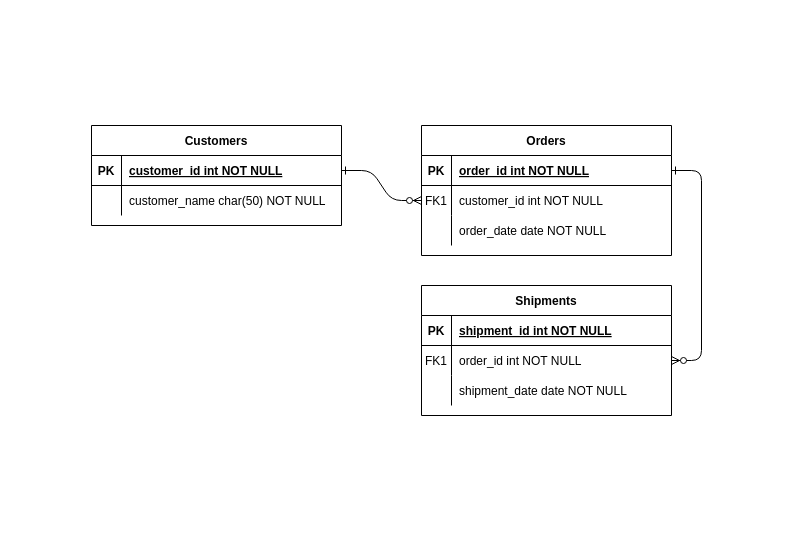
cole03k/IST-210 keeps this draw.io diagram as Untitled Diagram.drawio. Above is the earlier version. Source tidied: cells renumbered, new cells numbered last; positions are measured from the earlier drawing's top-left corner, leaving out a move shared by most shapes. Both pictures are drawn from the tidied source at 100%, with x=0, y=0 at pixel (91, 125).
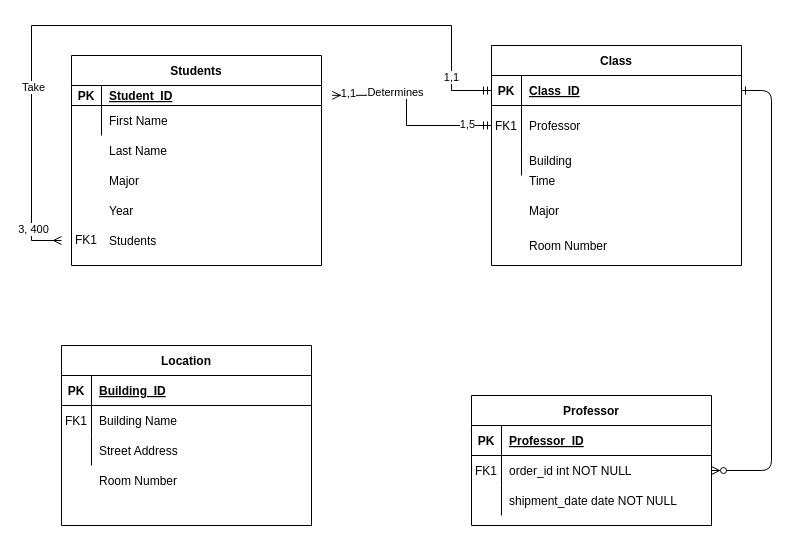
The same page after the edit.

The change refers to these unchanged cells:
```xml
<mxCell id="5" style="shape=partialRectangle;fillColor=none;points=[[0,0.5],[1,0.5]];portConstraint=eastwest;top=0;left=0;right=0;bottom=1;" parent="4" vertex="1">
  <mxGeometry y="30" width="250" height="30" as="geometry" />
</mxCell>
```

Change to the diagram source:
```diff
@@
-    <mxCell id="2" style="edgeStyle=entityRelationEdgeStyle;endArrow=ERzeroToMany;startArrow=ERone;endFill=1;startFill=0;" parent="1" edge="1" source="25" target="8">
-      <mxGeometry relative="1" as="geometry" />
-    </mxCell>
@@
+    <mxCell id="31" value="Location" style="shape=table;startSize=30;childLayout=tableLayout;rowLines=0;fontStyle=1;align=center;" parent="1" vertex="1">
+      <mxGeometry x="-30" y="220" width="250" height="180" as="geometry" />
+    </mxCell>
+    <mxCell id="32" style="shape=partialRectangle;fillColor=none;top=0;left=0;right=0;bottom=1;" parent="31" vertex="1">
+      <mxGeometry y="30" width="250" height="30" as="geometry" />
+    </mxCell>
+    <mxCell id="33" value="PK" style="shape=partialRectangle;overflow=hidden;fillColor=none;top=0;left=0;bottom=0;right=0;fontStyle=1;" parent="32" vertex="1">
+      <mxGeometry width="30" height="30" as="geometry" />
+    </mxCell>
+    <mxCell id="34" value="Building_ID" style="shape=partialRectangle;overflow=hidden;fillColor=none;top=0;left=0;bottom=0;right=0;align=left;spacingLeft=6;fontStyle=5;" parent="32" vertex="1">
+      <mxGeometry x="30" width="220" height="30" as="geometry" />
+    </mxCell>
+    <mxCell id="35" style="shape=partialRectangle;fillColor=none;top=0;left=0;right=0;bottom=0;" parent="31" vertex="1">
+      <mxGeometry y="60" width="250" height="30" as="geometry" />
+    </mxCell>
+    <mxCell id="36" value="FK1" style="shape=partialRectangle;overflow=hidden;fillColor=none;top=0;left=0;bottom=0;right=0;" parent="35" vertex="1">
+      <mxGeometry width="30" height="30" as="geometry" />
+    </mxCell>
+    <mxCell id="37" value="Building Name" style="shape=partialRectangle;overflow=hidden;fillColor=none;top=0;left=0;bottom=0;right=0;align=left;spacingLeft=6;" parent="35" vertex="1">
+      <mxGeometry x="30" width="220" height="30" as="geometry" />
+    </mxCell>
+    <mxCell id="38" style="shape=partialRectangle;fillColor=none;top=0;left=0;right=0;bottom=0;" parent="31" vertex="1">
+      <mxGeometry y="90" width="250" height="30" as="geometry" />
+    </mxCell>
+    <mxCell id="39" style="shape=partialRectangle;overflow=hidden;fillColor=none;top=0;left=0;bottom=0;right=0;" parent="38" vertex="1">
+      <mxGeometry width="30" height="30" as="geometry" />
+    </mxCell>
+    <mxCell id="40" value="Street Address" style="shape=partialRectangle;overflow=hidden;fillColor=none;top=0;left=0;bottom=0;right=0;align=left;spacingLeft=6;" parent="38" vertex="1">
+      <mxGeometry x="30" width="220" height="30" as="geometry" />
+    </mxCell>
-    <mxCell id="4" value="Orders" style="shape=table;startSize=30;childLayout=tableLayout;rowLines=0;fontStyle=1;align=center;" parent="1" vertex="1">
-      <mxGeometry x="330" width="250" height="130" as="geometry" />
+    <mxCell id="4" value="Class" style="shape=table;startSize=30;childLayout=tableLayout;rowLines=0;fontStyle=1;align=center;" parent="1" vertex="1">
+      <mxGeometry x="400" y="-80" width="250" height="220" as="geometry" />
     </mxCell>
@@
-    <mxCell id="7" value="order_id int NOT NULL " style="shape=partialRectangle;overflow=hidden;fillColor=none;top=0;left=0;bottom=0;right=0;align=left;spacingLeft=6;fontStyle=5;" parent="5" vertex="1">
+    <mxCell id="7" value="Class_ID" style="shape=partialRectangle;overflow=hidden;fillColor=none;top=0;left=0;bottom=0;right=0;align=left;spacingLeft=6;fontStyle=5;" parent="5" vertex="1">
       <mxGeometry x="30" width="220" height="30" as="geometry" />
     </mxCell>
     <mxCell id="8" style="shape=partialRectangle;fillColor=none;points=[[0,0.5],[1,0.5]];portConstraint=eastwest;top=0;left=0;right=0;bottom=0;" parent="4" vertex="1">
-      <mxGeometry y="60" width="250" height="30" as="geometry" />
+      <mxGeometry y="60" width="250" height="40" as="geometry" />
     </mxCell>
     <mxCell id="9" value="FK1" style="shape=partialRectangle;overflow=hidden;fillColor=none;top=0;left=0;bottom=0;right=0;" parent="8" vertex="1">
-      <mxGeometry width="30" height="30" as="geometry" />
+      <mxGeometry width="30" height="40" as="geometry" />
     </mxCell>
-    <mxCell id="10" value="customer_id int NOT NULL" style="shape=partialRectangle;overflow=hidden;fillColor=none;top=0;left=0;bottom=0;right=0;align=left;spacingLeft=6;" parent="8" vertex="1">
-      <mxGeometry x="30" width="220" height="30" as="geometry" />
+    <mxCell id="10" value="Professor" style="shape=partialRectangle;overflow=hidden;fillColor=none;top=0;left=0;bottom=0;right=0;align=left;spacingLeft=6;" parent="8" vertex="1">
+      <mxGeometry x="30" width="220" height="40" as="geometry" />
     </mxCell>
     <mxCell id="11" style="shape=partialRectangle;fillColor=none;top=0;left=0;right=0;bottom=0;" parent="4" vertex="1">
-      <mxGeometry y="90" width="250" height="30" as="geometry" />
+      <mxGeometry y="100" width="250" height="30" as="geometry" />
     </mxCell>
@@
-    <mxCell id="13" value="order_date date NOT NULL" style="shape=partialRectangle;overflow=hidden;fillColor=none;top=0;left=0;bottom=0;right=0;align=left;spacingLeft=6;" parent="11" vertex="1">
+    <mxCell id="13" value="Building" style="shape=partialRectangle;overflow=hidden;fillColor=none;top=0;left=0;bottom=0;right=0;align=left;spacingLeft=6;" parent="11" vertex="1">
       <mxGeometry x="30" width="220" height="30" as="geometry" />
     </mxCell>
+    <mxCell id="24" value="Students" style="shape=table;startSize=30;childLayout=tableLayout;rowLines=0;fontStyle=1;align=center;" parent="1" vertex="1">
+      <mxGeometry x="-20" y="-70" width="250" height="210" as="geometry" />
+    </mxCell>
+    <mxCell id="25" style="shape=partialRectangle;fillColor=none;points=[[0,0.5],[1,0.5]];portConstraint=eastwest;top=0;left=0;right=0;bottom=1;" parent="24" vertex="1">
+      <mxGeometry y="30" width="250" height="20" as="geometry" />
+    </mxCell>
+    <mxCell id="26" value="PK" style="shape=partialRectangle;overflow=hidden;fillColor=none;top=0;left=0;bottom=0;right=0;fontStyle=1;" parent="25" vertex="1">
+      <mxGeometry width="30" height="20" as="geometry" />
+    </mxCell>
+    <mxCell id="27" value="Student_ID" style="shape=partialRectangle;overflow=hidden;fillColor=none;top=0;left=0;bottom=0;right=0;align=left;spacingLeft=6;fontStyle=5;" parent="25" vertex="1">
+      <mxGeometry x="30" width="220" height="20" as="geometry" />
+    </mxCell>
+    <mxCell id="28" style="shape=partialRectangle;fillColor=none;points=[[0,0.5],[1,0.5]];portConstraint=eastwest;top=0;left=0;right=0;bottom=0;" parent="24" vertex="1">
+      <mxGeometry y="50" width="250" height="30" as="geometry" />
+    </mxCell>
+    <mxCell id="29" style="shape=partialRectangle;overflow=hidden;fillColor=none;top=0;left=0;bottom=0;right=0;" parent="28" vertex="1">
+      <mxGeometry width="30" height="30" as="geometry" />
+    </mxCell>
+    <mxCell id="30" value="First Name" style="shape=partialRectangle;overflow=hidden;fillColor=none;top=0;left=0;bottom=0;right=0;align=left;spacingLeft=6;" parent="28" vertex="1">
+      <mxGeometry x="30" width="220" height="30" as="geometry" />
+    </mxCell>
-    <mxCell id="14" value="Shipments" style="shape=table;startSize=30;childLayout=tableLayout;rowLines=0;fontStyle=1;align=center;" parent="1" vertex="1">
-      <mxGeometry x="330" y="160" width="250" height="130" as="geometry" />
+    <mxCell id="14" value="Professor" style="shape=table;startSize=30;childLayout=tableLayout;rowLines=0;fontStyle=1;align=center;" parent="1" vertex="1">
+      <mxGeometry x="380" y="270" width="240" height="130" as="geometry" />
     </mxCell>
     <mxCell id="15" style="shape=partialRectangle;fillColor=none;top=0;left=0;right=0;bottom=1;" parent="14" vertex="1">
-      <mxGeometry y="30" width="250" height="30" as="geometry" />
+      <mxGeometry y="30" width="240" height="30" as="geometry" />
     </mxCell>
@@
-    <mxCell id="17" value="shipment_id int NOT NULL " style="shape=partialRectangle;overflow=hidden;fillColor=none;top=0;left=0;bottom=0;right=0;align=left;spacingLeft=6;fontStyle=5;" parent="15" vertex="1">
-      <mxGeometry x="30" width="220" height="30" as="geometry" />
+    <mxCell id="17" value="Professor_ID" style="shape=partialRectangle;overflow=hidden;fillColor=none;top=0;left=0;bottom=0;right=0;align=left;spacingLeft=6;fontStyle=5;" parent="15" vertex="1">
+      <mxGeometry x="30" width="210" height="30" as="geometry" />
     </mxCell>
     <mxCell id="18" style="shape=partialRectangle;fillColor=none;points=[[0,0.5],[1,0.5]];portConstraint=eastwest;top=0;left=0;right=0;bottom=0;" parent="14" vertex="1">
-      <mxGeometry y="60" width="250" height="30" as="geometry" />
+      <mxGeometry y="60" width="240" height="30" as="geometry" />
     </mxCell>
@@
     <mxCell id="20" value="order_id int NOT NULL" style="shape=partialRectangle;overflow=hidden;fillColor=none;top=0;left=0;bottom=0;right=0;align=left;spacingLeft=6;" parent="18" vertex="1">
-      <mxGeometry x="30" width="220" height="30" as="geometry" />
+      <mxGeometry x="30" width="210" height="30" as="geometry" />
     </mxCell>
     <mxCell id="21" style="shape=partialRectangle;fillColor=none;top=0;left=0;right=0;bottom=0;" parent="14" vertex="1">
-      <mxGeometry y="90" width="250" height="30" as="geometry" />
+      <mxGeometry y="90" width="240" height="30" as="geometry" />
     </mxCell>
@@
     <mxCell id="23" value="shipment_date date NOT NULL" style="shape=partialRectangle;overflow=hidden;fillColor=none;top=0;left=0;bottom=0;right=0;align=left;spacingLeft=6;" parent="21" vertex="1">
-      <mxGeometry x="30" width="220" height="30" as="geometry" />
+      <mxGeometry x="30" width="210" height="30" as="geometry" />
     </mxCell>
-    <mxCell id="24" value="Customers" style="shape=table;startSize=30;childLayout=tableLayout;rowLines=0;fontStyle=1;align=center;" parent="1" vertex="1">
-      <mxGeometry width="250" height="100" as="geometry" />
-    </mxCell>
-    <mxCell id="25" style="shape=partialRectangle;fillColor=none;points=[[0,0.5],[1,0.5]];portConstraint=eastwest;top=0;left=0;right=0;bottom=1;" parent="24" vertex="1">
-      <mxGeometry y="30" width="250" height="30" as="geometry" />
-    </mxCell>
-    <mxCell id="26" value="PK" style="shape=partialRectangle;overflow=hidden;fillColor=none;top=0;left=0;bottom=0;right=0;fontStyle=1;" parent="25" vertex="1">
-      <mxGeometry width="30" height="30" as="geometry" />
-    </mxCell>
-    <mxCell id="27" value="customer_id int NOT NULL " style="shape=partialRectangle;overflow=hidden;fillColor=none;top=0;left=0;bottom=0;right=0;align=left;spacingLeft=6;fontStyle=5;" parent="25" vertex="1">
-      <mxGeometry x="30" width="220" height="30" as="geometry" />
-    </mxCell>
-    <mxCell id="28" style="shape=partialRectangle;fillColor=none;points=[[0,0.5],[1,0.5]];portConstraint=eastwest;top=0;left=0;right=0;bottom=0;" parent="24" vertex="1">
-      <mxGeometry y="60" width="250" height="30" as="geometry" />
-    </mxCell>
-    <mxCell id="29" style="shape=partialRectangle;overflow=hidden;fillColor=none;top=0;left=0;bottom=0;right=0;" parent="28" vertex="1">
-      <mxGeometry width="30" height="30" as="geometry" />
-    </mxCell>
-    <mxCell id="30" value="customer_name char(50) NOT NULL" style="shape=partialRectangle;overflow=hidden;fillColor=none;top=0;left=0;bottom=0;right=0;align=left;spacingLeft=6;" parent="28" vertex="1">
-      <mxGeometry x="30" width="220" height="30" as="geometry" />
-    </mxCell>
+    <mxCell id="41" value="Last Name" style="shape=partialRectangle;overflow=hidden;fillColor=none;top=0;left=0;bottom=0;right=0;align=left;spacingLeft=6;" parent="1" vertex="1">
+      <mxGeometry x="10" y="10" width="220" height="30" as="geometry" />
+    </mxCell>
+    <mxCell id="42" value="Major" style="shape=partialRectangle;overflow=hidden;fillColor=none;top=0;left=0;bottom=0;right=0;align=left;spacingLeft=6;" parent="1" vertex="1">
+      <mxGeometry x="10" y="40" width="220" height="30" as="geometry" />
+    </mxCell>
+    <mxCell id="43" value="Year" style="shape=partialRectangle;overflow=hidden;fillColor=none;top=0;left=0;bottom=0;right=0;align=left;spacingLeft=6;" parent="1" vertex="1">
+      <mxGeometry x="10" y="70" width="220" height="30" as="geometry" />
+    </mxCell>
+    <mxCell id="44" value="Room Number" style="shape=partialRectangle;overflow=hidden;fillColor=none;top=0;left=0;bottom=0;right=0;align=left;spacingLeft=6;" parent="1" vertex="1">
+      <mxGeometry y="340" width="220" height="30" as="geometry" />
+    </mxCell>
+    <mxCell id="45" value="Time" style="shape=partialRectangle;overflow=hidden;fillColor=none;top=0;left=0;bottom=0;right=0;align=left;spacingLeft=6;" parent="1" vertex="1">
+      <mxGeometry x="430" y="40" width="220" height="30" as="geometry" />
+    </mxCell>
+    <mxCell id="46" value="Major" style="shape=partialRectangle;overflow=hidden;fillColor=none;top=0;left=0;bottom=0;right=0;align=left;spacingLeft=6;" parent="1" vertex="1">
+      <mxGeometry x="430" y="70" width="220" height="30" as="geometry" />
+    </mxCell>
+    <mxCell id="47" value="Students" style="shape=partialRectangle;overflow=hidden;fillColor=none;top=0;left=0;bottom=0;right=0;align=left;spacingLeft=6;" parent="1" vertex="1">
+      <mxGeometry x="10" y="100" width="220" height="30" as="geometry" />
+    </mxCell>
+    <mxCell id="48" style="edgeStyle=orthogonalEdgeStyle;rounded=0;jettySize=auto;html=1;entryX=0;entryY=0.5;entryDx=0;entryDy=0;startArrow=ERmany;startFill=0;endArrow=ERmandOne;endFill=0;" parent="1" edge="1" source="52" target="5">
+      <mxGeometry relative="1" as="geometry">
+        <Array as="points">
+          <mxPoint x="-60" y="115" />
+          <mxPoint x="-60" y="-100" />
+          <mxPoint x="360" y="-100" />
+          <mxPoint x="360" y="-35" />
+        </Array>
+      </mxGeometry>
+    </mxCell>
+    <mxCell id="49" value="3, 400" style="edgeLabel;html=1;align=center;verticalAlign=middle;" parent="48" vertex="1">
+      <mxGeometry x="-0.92" y="-11" relative="1" as="geometry">
+        <mxPoint x="-10" y="-11" as="offset" />
+      </mxGeometry>
+    </mxCell>
+    <mxCell id="50" value="Take" style="edgeLabel;html=1;align=center;verticalAlign=middle;" parent="48" vertex="1">
+      <mxGeometry x="-0.52" y="-1" relative="1" as="geometry">
+        <mxPoint y="1" as="offset" />
+      </mxGeometry>
+    </mxCell>
+    <mxCell id="51" value="1,1" style="edgeLabel;html=1;align=center;verticalAlign=middle;" parent="48" vertex="1">
+      <mxGeometry x="0.86" y="-1" relative="1" as="geometry" />
+    </mxCell>
+    <mxCell id="52" value="FK1" style="text;html=1;strokeColor=none;fillColor=none;align=center;verticalAlign=middle;whiteSpace=wrap;rounded=0;" parent="1" vertex="1">
+      <mxGeometry x="-30" y="105" width="50" height="20" as="geometry" />
+    </mxCell>
+    <mxCell id="53" style="edgeStyle=orthogonalEdgeStyle;rounded=0;jettySize=auto;html=1;entryX=1.043;entryY=-0.339;entryDx=0;entryDy=0;entryPerimeter=0;startArrow=ERmandOne;startFill=0;endArrow=ERmany;endFill=0;" parent="1" edge="1" source="8" target="28">
+      <mxGeometry relative="1" as="geometry" />
+    </mxCell>
+    <mxCell id="54" value="Determines" style="edgeLabel;html=1;align=center;verticalAlign=middle;" parent="53" vertex="1">
+      <mxGeometry x="0.34" y="-3" relative="1" as="geometry" />
+    </mxCell>
+    <mxCell id="55" value="1,1" style="edgeLabel;html=1;align=center;verticalAlign=middle;" parent="53" vertex="1">
+      <mxGeometry x="0.84" y="-2" relative="1" as="geometry" />
+    </mxCell>
+    <mxCell id="56" value="1,5" style="edgeLabel;html=1;align=center;verticalAlign=middle;" parent="53" vertex="1">
+      <mxGeometry x="-0.74" y="-2" relative="1" as="geometry" />
+    </mxCell>
+    <mxCell id="57" value="Room Number" style="shape=partialRectangle;overflow=hidden;fillColor=none;top=0;left=0;bottom=0;right=0;align=left;spacingLeft=6;" parent="1" vertex="1">
+      <mxGeometry x="430" y="105" width="220" height="30" as="geometry" />
+    </mxCell>
```
